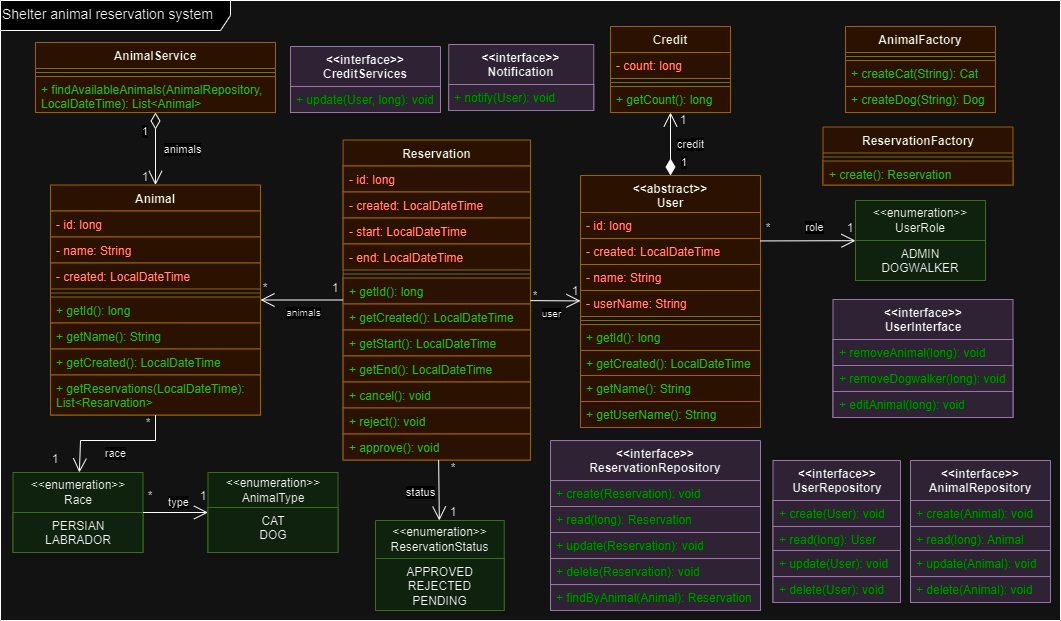
Before: diagrams/classDiagram.png, a diagram exported from draw.io (xszitasz/fsa-assignment). Source tidied: cells renumbered, new cells last; positions are measured from the earlier drawing's top-left corner, leaving out a move shared by most shapes.
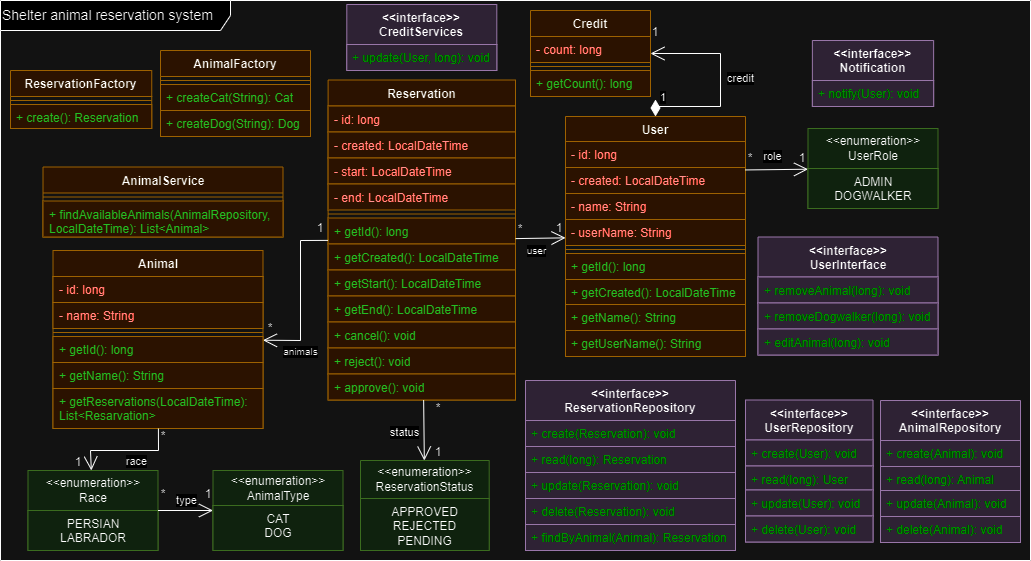
After the change.

Change to the diagram source:
```diff
@@ -5,3 +5,3 @@
     <mxCell id="2" value="&amp;lt;&amp;lt;enumeration&amp;gt;&amp;gt;&lt;br&gt;Race" style="swimlane;fontStyle=0;horizontal=1;startSize=40;fillColor=#d5e8d4;whiteSpace=wrap;html=1;strokeColor=#82b366;" parent="1" vertex="1">
-      <mxGeometry x="12.5" y="472" width="130" height="80" as="geometry" />
+      <mxGeometry x="22.5" y="470" width="130" height="80" as="geometry" />
     </mxCell>
@@ -11,3 +11,3 @@
     <mxCell id="4" value="&amp;lt;&amp;lt;enumeration&amp;gt;&amp;gt;&lt;br&gt;AnimalType" style="swimlane;fontStyle=0;horizontal=1;startSize=35;fillColor=#d5e8d4;whiteSpace=wrap;html=1;strokeColor=#82b366;" parent="1" vertex="1">
-      <mxGeometry x="207.5" y="472" width="130" height="80" as="geometry" />
+      <mxGeometry x="207.5" y="470" width="130" height="80" as="geometry" />
     </mxCell>
@@ -17,3 +17,3 @@
     <mxCell id="6" value="Reservation" style="swimlane;fontStyle=1;align=center;verticalAlign=top;horizontal=1;startSize=26;whiteSpace=wrap;html=1;fillColor=#ffe6cc;strokeColor=#d79b00;" parent="1" vertex="1">
-      <mxGeometry x="342.6" y="139.5" width="187.4" height="320" as="geometry" />
+      <mxGeometry x="322.6" y="79.5" width="187.4" height="320" as="geometry" />
     </mxCell>
@@ -56,3 +56,3 @@
     <mxCell id="19" value="&amp;lt;&amp;lt;enumeration&amp;gt;&amp;gt;&lt;br&gt;ReservationStatus" style="swimlane;fontStyle=0;horizontal=1;startSize=38;fillColor=#d5e8d4;whiteSpace=wrap;html=1;strokeColor=#82b366;" parent="1" vertex="1">
-      <mxGeometry x="375" y="520" width="128.7" height="90" as="geometry" />
+      <mxGeometry x="355" y="460" width="128.7" height="90" as="geometry" />
     </mxCell>
@@ -62,3 +62,3 @@
     <mxCell id="21" value="Animal" style="swimlane;fontStyle=1;align=center;verticalAlign=top;horizontal=1;startSize=26;whiteSpace=wrap;html=1;fillColor=#ffe6cc;strokeColor=#d79b00;" parent="1" vertex="1">
-      <mxGeometry x="50" y="184.5" width="210" height="230" as="geometry" />
+      <mxGeometry x="47.5" y="250" width="210" height="178" as="geometry" />
     </mxCell>
@@ -70,52 +70,46 @@
     </mxCell>
-    <mxCell id="24" value="&lt;font color=&quot;#ff0000&quot;&gt;- created:&amp;nbsp;&lt;/font&gt;&lt;span style=&quot;color: rgb(255, 0, 0);&quot;&gt;LocalDateTime&lt;/span&gt;" style="text;strokeColor=#d79b00;fillColor=#ffe6cc;align=left;verticalAlign=top;spacingLeft=4;spacingRight=4;overflow=hidden;whiteSpace=wrap;html=1;" parent="21" vertex="1">
-      <mxGeometry y="78" width="210" height="26" as="geometry" />
-    </mxCell>
     <mxCell id="25" style="line;strokeWidth=1;fillColor=none;align=left;verticalAlign=middle;spacingTop=-1;spacingLeft=3;spacingRight=3;labelPosition=right;strokeColor=inherit;" parent="21" vertex="1">
-      <mxGeometry y="104" width="210" height="8" as="geometry" />
+      <mxGeometry y="78" width="210" height="8" as="geometry" />
     </mxCell>
     <mxCell id="26" value="&lt;font color=&quot;#009900&quot;&gt;+ getId(): long&lt;/font&gt;" style="text;strokeColor=#d79b00;fillColor=#ffe6cc;align=left;verticalAlign=top;spacingLeft=4;spacingRight=4;overflow=hidden;whiteSpace=wrap;html=1;" parent="21" vertex="1">
-      <mxGeometry y="112" width="210" height="26" as="geometry" />
+      <mxGeometry y="86" width="210" height="26" as="geometry" />
     </mxCell>
     <mxCell id="27" value="&lt;font color=&quot;#009900&quot;&gt;+ getName(): String&lt;/font&gt;" style="text;strokeColor=#d79b00;fillColor=#ffe6cc;align=left;verticalAlign=top;spacingLeft=4;spacingRight=4;overflow=hidden;whiteSpace=wrap;html=1;" parent="21" vertex="1">
-      <mxGeometry y="138" width="210" height="26" as="geometry" />
+      <mxGeometry y="112" width="210" height="26" as="geometry" />
     </mxCell>
-    <mxCell id="28" value="&lt;font color=&quot;#009900&quot;&gt;+ getCreated(): LocalDateTime&lt;/font&gt;" style="text;strokeColor=#d79b00;fillColor=#ffe6cc;align=left;verticalAlign=top;spacingLeft=4;spacingRight=4;overflow=hidden;whiteSpace=wrap;html=1;" parent="21" vertex="1">
-      <mxGeometry y="164" width="210" height="26" as="geometry" />
-    </mxCell>
     <mxCell id="29" value="&lt;font color=&quot;#009900&quot;&gt;+ getReservations(LocalDateTime): List&amp;lt;Resarvation&amp;gt;&lt;/font&gt;" style="text;strokeColor=#d79b00;fillColor=#ffe6cc;align=left;verticalAlign=top;spacingLeft=4;spacingRight=4;overflow=hidden;whiteSpace=wrap;html=1;" parent="21" vertex="1">
-      <mxGeometry y="190" width="210" height="40" as="geometry" />
+      <mxGeometry y="138" width="210" height="40" as="geometry" />
     </mxCell>
-    <mxCell id="30" value="&amp;lt;&amp;lt;abstract&amp;gt;&amp;gt;&lt;div&gt;User&lt;/div&gt;" style="swimlane;fontStyle=1;align=center;verticalAlign=top;horizontal=1;startSize=37;whiteSpace=wrap;html=1;fillColor=#ffe6cc;strokeColor=#d79b00;" parent="1" vertex="1">
-      <mxGeometry x="580" y="175" width="180" height="252" as="geometry" />
+    <mxCell id="30" value="&lt;div&gt;User&lt;/div&gt;" style="swimlane;fontStyle=1;align=center;verticalAlign=top;horizontal=1;startSize=25;whiteSpace=wrap;html=1;fillColor=#ffe6cc;strokeColor=#d79b00;" parent="1" vertex="1">
+      <mxGeometry x="560" y="116" width="180" height="240" as="geometry" />
     </mxCell>
     <mxCell id="31" value="&lt;font color=&quot;#ff0000&quot;&gt;- id: long&lt;/font&gt;" style="text;strokeColor=#d79b00;fillColor=#ffe6cc;align=left;verticalAlign=top;spacingLeft=4;spacingRight=4;overflow=hidden;whiteSpace=wrap;html=1;" parent="30" vertex="1">
-      <mxGeometry y="37" width="180" height="26" as="geometry" />
+      <mxGeometry y="25" width="180" height="26" as="geometry" />
     </mxCell>
     <mxCell id="32" value="&lt;font color=&quot;#ff0000&quot;&gt;- created: LocalDateTime&lt;/font&gt;" style="text;strokeColor=#d79b00;fillColor=#ffe6cc;align=left;verticalAlign=top;spacingLeft=4;spacingRight=4;overflow=hidden;points=[[0,0.5],[1,0.5]];portConstraint=eastwest;whiteSpace=wrap;html=1;" parent="30" vertex="1">
-      <mxGeometry y="63" width="180" height="26" as="geometry" />
+      <mxGeometry y="51" width="180" height="26" as="geometry" />
     </mxCell>
     <mxCell id="33" value="&lt;font color=&quot;#ff0000&quot;&gt;- name: String&lt;/font&gt;" style="text;strokeColor=#d79b00;fillColor=#ffe6cc;align=left;verticalAlign=top;spacingLeft=4;spacingRight=4;overflow=hidden;whiteSpace=wrap;html=1;" parent="30" vertex="1">
-      <mxGeometry y="89" width="180" height="26" as="geometry" />
+      <mxGeometry y="77" width="180" height="26" as="geometry" />
     </mxCell>
     <mxCell id="34" value="&lt;font color=&quot;#ff0000&quot;&gt;- userName: String&lt;/font&gt;" style="text;strokeColor=#d79b00;fillColor=#ffe6cc;align=left;verticalAlign=top;spacingLeft=4;spacingRight=4;overflow=hidden;whiteSpace=wrap;html=1;" parent="30" vertex="1">
-      <mxGeometry y="115" width="180" height="26" as="geometry" />
+      <mxGeometry y="103" width="180" height="26" as="geometry" />
     </mxCell>
     <mxCell id="35" style="line;strokeWidth=1;fillColor=none;align=left;verticalAlign=middle;spacingTop=-1;spacingLeft=3;spacingRight=3;labelPosition=right;strokeColor=inherit;" parent="30" vertex="1">
-      <mxGeometry y="141" width="180" height="8" as="geometry" />
+      <mxGeometry y="129" width="180" height="8" as="geometry" />
     </mxCell>
     <mxCell id="36" value="&lt;font color=&quot;#009900&quot;&gt;+ getId(): long&lt;/font&gt;" style="text;strokeColor=#d79b00;fillColor=#ffe6cc;align=left;verticalAlign=top;spacingLeft=4;spacingRight=4;overflow=hidden;whiteSpace=wrap;html=1;" parent="30" vertex="1">
-      <mxGeometry y="149" width="180" height="26" as="geometry" />
+      <mxGeometry y="137" width="180" height="26" as="geometry" />
     </mxCell>
     <mxCell id="37" value="&lt;font color=&quot;#009900&quot;&gt;+ getCreated(): LocalDateTime&lt;/font&gt;" style="text;strokeColor=#d79b00;fillColor=#ffe6cc;align=left;verticalAlign=top;spacingLeft=4;spacingRight=4;overflow=hidden;whiteSpace=wrap;html=1;" parent="30" vertex="1">
-      <mxGeometry y="175" width="180" height="25" as="geometry" />
+      <mxGeometry y="163" width="180" height="25" as="geometry" />
     </mxCell>
     <mxCell id="38" value="&lt;font color=&quot;#009900&quot;&gt;+ getName(): String&lt;/font&gt;" style="text;strokeColor=#d79b00;fillColor=#ffe6cc;align=left;verticalAlign=top;spacingLeft=4;spacingRight=4;overflow=hidden;whiteSpace=wrap;html=1;" parent="30" vertex="1">
-      <mxGeometry y="200" width="180" height="26" as="geometry" />
+      <mxGeometry y="188" width="180" height="26" as="geometry" />
     </mxCell>
     <mxCell id="39" value="&lt;font color=&quot;#009900&quot;&gt;+ getUserName(): String&lt;/font&gt;" style="text;strokeColor=#d79b00;fillColor=#ffe6cc;align=left;verticalAlign=top;spacingLeft=4;spacingRight=4;overflow=hidden;whiteSpace=wrap;html=1;" parent="30" vertex="1">
-      <mxGeometry y="226" width="180" height="26" as="geometry" />
+      <mxGeometry y="214" width="180" height="26" as="geometry" />
     </mxCell>
     <mxCell id="40" value="Credit" style="swimlane;fontStyle=1;align=center;verticalAlign=top;horizontal=1;startSize=26;whiteSpace=wrap;html=1;fillColor=#ffe6cc;strokeColor=#d79b00;" parent="1" vertex="1">
-      <mxGeometry x="610" y="26" width="120" height="86" as="geometry" />
+      <mxGeometry x="525" y="10" width="120" height="86" as="geometry" />
     </mxCell>
@@ -139,39 +133,39 @@
     <mxCell id="46" value="&lt;font style=&quot;font-size: 14px;&quot;&gt;Shelter animal reservation system&lt;/font&gt;" style="shape=umlFrame;whiteSpace=wrap;html=1;align=left;width=230;height=30;" parent="1" vertex="1">
-      <mxGeometry width="1060" height="620" as="geometry" />
+      <mxGeometry x="-5" width="1030" height="560" as="geometry" />
     </mxCell>
     <mxCell id="47" value="1" style="text;html=1;align=center;verticalAlign=middle;whiteSpace=wrap;rounded=0;" parent="1" vertex="1">
-      <mxGeometry x="197.5" y="488" width="10" height="16" as="geometry" />
+      <mxGeometry x="197.5" y="486" width="10" height="16" as="geometry" />
     </mxCell>
     <mxCell id="48" value="*" style="text;html=1;align=center;verticalAlign=middle;whiteSpace=wrap;rounded=0;" parent="1" vertex="1">
-      <mxGeometry x="145" y="488" width="10" height="16" as="geometry" />
+      <mxGeometry x="152.5" y="486" width="10" height="16" as="geometry" />
     </mxCell>
     <mxCell id="49" value="*" style="text;html=1;align=center;verticalAlign=middle;whiteSpace=wrap;rounded=0;" parent="1" vertex="1">
-      <mxGeometry x="142.5" y="414.5" width="10" height="16" as="geometry" />
+      <mxGeometry x="152.5" y="428" width="10" height="16" as="geometry" />
     </mxCell>
     <mxCell id="50" value="1" style="text;html=1;align=center;verticalAlign=middle;whiteSpace=wrap;rounded=0;" parent="1" vertex="1">
-      <mxGeometry x="50" y="450.8" width="10" height="16" as="geometry" />
+      <mxGeometry x="67.5" y="454" width="10" height="16" as="geometry" />
     </mxCell>
     <mxCell id="51" value="*" style="text;html=1;align=center;verticalAlign=middle;whiteSpace=wrap;rounded=0;" parent="1" vertex="1">
-      <mxGeometry x="448.2" y="460" width="10" height="16" as="geometry" />
+      <mxGeometry x="428.2" y="400" width="10" height="16" as="geometry" />
     </mxCell>
     <mxCell id="52" value="1" style="text;html=1;align=center;verticalAlign=middle;whiteSpace=wrap;rounded=0;" parent="1" vertex="1">
-      <mxGeometry x="448.2" y="504" width="10" height="16" as="geometry" />
+      <mxGeometry x="428.2" y="444" width="10" height="16" as="geometry" />
     </mxCell>
     <mxCell id="53" value="1" style="text;html=1;align=center;verticalAlign=middle;whiteSpace=wrap;rounded=0;" parent="1" vertex="1">
-      <mxGeometry x="330" y="280" width="10" height="16" as="geometry" />
+      <mxGeometry x="310" y="220" width="10" height="16" as="geometry" />
     </mxCell>
     <mxCell id="54" value="*" style="text;html=1;align=center;verticalAlign=middle;whiteSpace=wrap;rounded=0;" parent="1" vertex="1">
-      <mxGeometry x="260" y="280" width="10" height="16" as="geometry" />
+      <mxGeometry x="260" y="320" width="10" height="16" as="geometry" />
     </mxCell>
     <mxCell id="55" value="*" style="text;html=1;align=center;verticalAlign=middle;whiteSpace=wrap;rounded=0;" parent="1" vertex="1">
-      <mxGeometry x="530" y="288" width="10" height="16" as="geometry" />
+      <mxGeometry x="510" y="220.5" width="10" height="16" as="geometry" />
     </mxCell>
     <mxCell id="56" value="1" style="text;html=1;align=center;verticalAlign=middle;whiteSpace=wrap;rounded=0;" parent="1" vertex="1">
-      <mxGeometry x="570" y="283" width="10" height="16" as="geometry" />
+      <mxGeometry x="549.2" y="220" width="10" height="16" as="geometry" />
     </mxCell>
     <mxCell id="57" value="1" style="text;html=1;align=center;verticalAlign=middle;whiteSpace=wrap;rounded=0;" parent="1" vertex="1">
-      <mxGeometry x="677.5" y="112" width="10" height="16" as="geometry" />
+      <mxGeometry x="645" y="24" width="10" height="16" as="geometry" />
     </mxCell>
     <mxCell id="58" value="AnimalService" style="swimlane;fontStyle=1;align=center;verticalAlign=top;horizontal=1;startSize=26;whiteSpace=wrap;html=1;fillColor=#ffe6cc;strokeColor=#d79b00;" parent="1" vertex="1">
-      <mxGeometry x="35" y="42" width="240" height="70" as="geometry" />
+      <mxGeometry x="37.5" y="166.5" width="240" height="70" as="geometry" />
     </mxCell>
@@ -183,7 +177,9 @@
     </mxCell>
-    <mxCell id="61" value="1" style="text;html=1;align=center;verticalAlign=middle;whiteSpace=wrap;rounded=0;" parent="1" vertex="1">
-      <mxGeometry x="140" y="168.5" width="10" height="16" as="geometry" />
-    </mxCell>
     <mxCell id="62" style="endArrow=open;endFill=1;endSize=12;html=1;rounded=0;" parent="1" edge="1" source="6" target="21">
-      <mxGeometry relative="1" as="geometry" />
+      <mxGeometry relative="1" as="geometry">
+        <Array as="points">
+          <mxPoint x="295" y="240" />
+          <mxPoint x="295" y="340" />
+        </Array>
+      </mxGeometry>
     </mxCell>
@@ -191,3 +187,3 @@
       <mxGeometry x="-0.31" y="-1" relative="1" as="geometry">
-        <mxPoint x="-14" y="11" as="offset" />
+        <mxPoint x="-1" y="80" as="offset" />
       </mxGeometry>
@@ -195,3 +191,3 @@
     <mxCell id="64" value="AnimalFactory" style="swimlane;fontStyle=1;align=center;verticalAlign=top;horizontal=1;startSize=26;whiteSpace=wrap;html=1;fillColor=#ffe6cc;strokeColor=#d79b00;" parent="1" vertex="1">
-      <mxGeometry x="845" y="26" width="150" height="86" as="geometry" />
+      <mxGeometry x="155" y="50" width="150" height="86" as="geometry" />
     </mxCell>
@@ -207,3 +203,3 @@
     <mxCell id="68" value="&amp;lt;&amp;lt;interface&amp;gt;&amp;gt;&lt;br&gt;AnimalRepository" style="swimlane;fontStyle=1;align=center;verticalAlign=top;horizontal=1;startSize=40;whiteSpace=wrap;html=1;fillColor=#e1d5e7;strokeColor=#9673a6;" parent="1" vertex="1">
-      <mxGeometry x="910" y="460" width="140" height="142" as="geometry" />
+      <mxGeometry x="875" y="400" width="140" height="142" as="geometry" />
     </mxCell>
@@ -222,3 +218,3 @@
     <mxCell id="73" value="&amp;lt;&amp;lt;interface&amp;gt;&amp;gt;&lt;br&gt;ReservationRepository" style="swimlane;fontStyle=1;align=center;verticalAlign=top;horizontal=1;startSize=40;whiteSpace=wrap;html=1;fillColor=#e1d5e7;strokeColor=#9673a6;" parent="1" vertex="1">
-      <mxGeometry x="550" y="440" width="210" height="170" as="geometry" />
+      <mxGeometry x="520" y="380" width="210" height="170" as="geometry" />
     </mxCell>
@@ -240,3 +236,3 @@
     <mxCell id="79" value="&amp;lt;&amp;lt;interface&amp;gt;&amp;gt;&lt;br&gt;UserRepository" style="swimlane;fontStyle=1;align=center;verticalAlign=top;horizontal=1;startSize=40;whiteSpace=wrap;html=1;fillColor=#e1d5e7;strokeColor=#9673a6;" parent="1" vertex="1">
-      <mxGeometry x="772.5" y="460" width="127.5" height="142" as="geometry" />
+      <mxGeometry x="740" y="399.5" width="127.5" height="142" as="geometry" />
     </mxCell>
@@ -255,3 +251,3 @@
     <mxCell id="84" value="&amp;lt;&amp;lt;interface&amp;gt;&amp;gt;&lt;br&gt;CreditServices" style="swimlane;fontStyle=1;align=center;verticalAlign=top;horizontal=1;startSize=40;whiteSpace=wrap;html=1;fillColor=#e1d5e7;strokeColor=#9673a6;" parent="1" vertex="1">
-      <mxGeometry x="290" y="46" width="150" height="66" as="geometry" />
+      <mxGeometry x="341.3" y="4" width="150" height="66" as="geometry" />
     </mxCell>
@@ -261,3 +257,9 @@
     <mxCell id="86" value="1" style="endArrow=open;html=1;endSize=12;startArrow=diamondThin;startSize=14;startFill=1;edgeStyle=orthogonalEdgeStyle;align=left;verticalAlign=bottom;rounded=0;" parent="1" edge="1" source="30" target="40">
-      <mxGeometry x="-0.9" y="-9" relative="1" as="geometry" />
+      <mxGeometry x="-0.85" relative="1" as="geometry">
+        <Array as="points">
+          <mxPoint x="650" y="106" />
+          <mxPoint x="715" y="106" />
+          <mxPoint x="715" y="53" />
+        </Array>
+      </mxGeometry>
     </mxCell>
@@ -269,3 +271,3 @@
     <mxCell id="88" value="&amp;lt;&amp;lt;interface&amp;gt;&amp;gt;&lt;br&gt;UserInterface" style="swimlane;fontStyle=1;align=center;verticalAlign=top;horizontal=1;startSize=40;whiteSpace=wrap;html=1;fillColor=#e1d5e7;strokeColor=#9673a6;" parent="1" vertex="1">
-      <mxGeometry x="832.5" y="299" width="180" height="118" as="geometry" />
+      <mxGeometry x="752.5" y="236.5" width="180" height="118" as="geometry" />
     </mxCell>
@@ -280,18 +282,10 @@
     </mxCell>
-    <mxCell id="92" value="1" style="endArrow=open;html=1;endSize=12;startArrow=diamondThin;startSize=14;startFill=0;edgeStyle=orthogonalEdgeStyle;align=left;verticalAlign=bottom;rounded=0;" parent="1" edge="1" source="58" target="21">
-      <mxGeometry x="-0.27" y="-15" relative="1" as="geometry" />
-    </mxCell>
-    <mxCell id="93" value="animals" style="edgeLabel;html=1;align=center;verticalAlign=middle;" parent="92" vertex="1">
-      <mxGeometry x="-0.02" y="1" relative="1" as="geometry">
-        <mxPoint x="24" y="-1" as="offset" />
-      </mxGeometry>
-    </mxCell>
     <mxCell id="94" value="ReservationFactory" style="swimlane;fontStyle=1;align=center;verticalAlign=top;horizontal=1;startSize=26;whiteSpace=wrap;html=1;fillColor=#ffe6cc;strokeColor=#d79b00;" parent="1" vertex="1">
-      <mxGeometry x="822.5" y="126.5" width="190" height="58" as="geometry" />
+      <mxGeometry x="5" y="70" width="141.2" height="58" as="geometry" />
     </mxCell>
     <mxCell id="95" style="line;strokeWidth=1;fillColor=none;align=left;verticalAlign=middle;spacingTop=-1;spacingLeft=3;spacingRight=3;labelPosition=right;strokeColor=inherit;" parent="94" vertex="1">
-      <mxGeometry y="26" width="190" height="8" as="geometry" />
+      <mxGeometry y="26" width="141.2" height="8" as="geometry" />
     </mxCell>
     <mxCell id="96" value="&lt;font color=&quot;#009900&quot;&gt;+ create(): Reservation&lt;/font&gt;" style="text;strokeColor=#d79b00;fillColor=#ffe6cc;align=left;verticalAlign=top;spacingLeft=4;spacingRight=4;overflow=hidden;whiteSpace=wrap;html=1;" parent="94" vertex="1">
-      <mxGeometry y="34" width="190" height="24" as="geometry" />
+      <mxGeometry y="34" width="141.2" height="24" as="geometry" />
     </mxCell>
@@ -306,9 +300,9 @@
     <mxCell id="99" value="&amp;lt;&amp;lt;interface&amp;gt;&amp;gt;&lt;br&gt;Notification" style="swimlane;fontStyle=1;align=center;verticalAlign=top;horizontal=1;startSize=40;whiteSpace=wrap;html=1;fillColor=#e1d5e7;strokeColor=#9673a6;" parent="1" vertex="1">
-      <mxGeometry x="448.2" y="44" width="145" height="66" as="geometry" />
+      <mxGeometry x="806.9" y="40" width="121.2" height="66" as="geometry" />
     </mxCell>
     <mxCell id="100" value="+ notify(User): void" style="text;strokeColor=#9673a6;fillColor=#e1d5e7;align=left;verticalAlign=top;spacingLeft=4;spacingRight=4;overflow=hidden;whiteSpace=wrap;html=1;fontColor=#00FF00;" parent="99" vertex="1">
-      <mxGeometry y="40" width="145" height="26" as="geometry" />
+      <mxGeometry y="40" width="121.2" height="26" as="geometry" />
     </mxCell>
     <mxCell id="101" value="&amp;lt;&amp;lt;enumeration&amp;gt;&amp;gt;&lt;br&gt;UserRole" style="swimlane;fontStyle=0;horizontal=1;startSize=40;fillColor=#d5e8d4;whiteSpace=wrap;html=1;strokeColor=#82b366;" parent="1" vertex="1">
-      <mxGeometry x="855" y="200" width="130" height="80" as="geometry" />
+      <mxGeometry x="802.5" y="128" width="130" height="80" as="geometry" />
     </mxCell>
@@ -322,3 +316,3 @@
       <mxGeometry x="0.05" y="1" relative="1" as="geometry">
-        <mxPoint y="-14" as="offset" />
+        <mxPoint x="-8" y="-14" as="offset" />
       </mxGeometry>
@@ -326,6 +320,6 @@
     <mxCell id="105" value="*" style="text;html=1;align=center;verticalAlign=middle;whiteSpace=wrap;rounded=0;" parent="1" vertex="1">
-      <mxGeometry x="762.5" y="220" width="10" height="16" as="geometry" />
+      <mxGeometry x="740" y="150" width="10" height="16" as="geometry" />
     </mxCell>
     <mxCell id="106" value="1" style="text;html=1;align=center;verticalAlign=middle;whiteSpace=wrap;rounded=0;" parent="1" vertex="1">
-      <mxGeometry x="845" y="220" width="10" height="16" as="geometry" />
+      <mxGeometry x="792" y="150" width="10" height="16" as="geometry" />
     </mxCell>
@@ -342,4 +336,4 @@
         <Array as="points">
-          <mxPoint x="155" y="440" />
-          <mxPoint x="80" y="440" />
+          <mxPoint x="153" y="450" />
+          <mxPoint x="85" y="450" />
         </Array>
@@ -349,3 +343,3 @@
       <mxGeometry x="0.2" y="-1" relative="1" as="geometry">
-        <mxPoint x="12" y="12" as="offset" />
+        <mxPoint x="21" y="10" as="offset" />
       </mxGeometry>
```
